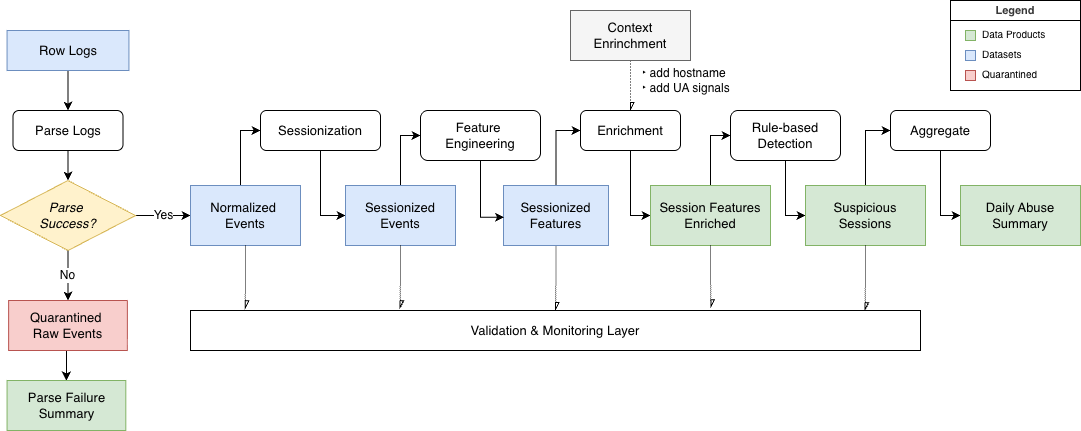
Earlier version of the draw.io export docs/data-flow.drawio.png (kngsoomin/anti-scraping-detection-pipeline). Source tidied: cells renumbered, new cells last; positions are measured from the earlier drawing's top-left corner, leaving out a move shared by most shapes. Source of this version:
```xml
<mxGraphModel>
  <root>
    <mxCell id="0" />
    <mxCell id="1" parent="0" />
    <mxCell id="2" style="edgeStyle=orthogonalEdgeStyle;rounded=0;jettySize=auto;html=1;exitX=0.5;exitY=1;exitDx=0;exitDy=0;entryX=0.5;entryY=0;entryDx=0;entryDy=0;" parent="1" edge="1" source="3" target="8">
      <mxGeometry relative="1" as="geometry" />
    </mxCell>
    <mxCell id="3" value="Parse Logs" style="rounded=1;whiteSpace=wrap;html=1;fontSize=13;" parent="1" vertex="1">
      <mxGeometry x="12.5" y="110" width="110" height="40" as="geometry" />
    </mxCell>
    <mxCell id="4" style="edgeStyle=orthogonalEdgeStyle;rounded=0;jettySize=auto;html=1;exitX=0.5;exitY=1;exitDx=0;exitDy=0;entryX=0.5;entryY=0;entryDx=0;entryDy=0;" parent="1" edge="1" source="5" target="3">
      <mxGeometry relative="1" as="geometry" />
    </mxCell>
    <mxCell id="5" value="Row Logs" style="rounded=0;whiteSpace=wrap;html=1;fillColor=#dae8fc;strokeColor=#6c8ebf;fontSize=13;" parent="1" vertex="1">
      <mxGeometry x="6.6" y="30" width="121.9" height="40" as="geometry" />
    </mxCell>
    <mxCell id="6" value="Yes" style="edgeStyle=orthogonalEdgeStyle;rounded=0;jettySize=auto;html=1;exitX=1;exitY=0.5;exitDx=0;exitDy=0;entryX=0;entryY=0.5;entryDx=0;entryDy=0;fontSize=12;" parent="1" edge="1" source="8" target="12">
      <mxGeometry relative="1" as="geometry" />
    </mxCell>
    <mxCell id="7" value="No" style="edgeStyle=orthogonalEdgeStyle;rounded=0;jettySize=auto;html=1;exitX=0.5;exitY=1;exitDx=0;exitDy=0;entryX=0.5;entryY=0;entryDx=0;entryDy=0;fontSize=12;" parent="1" edge="1" source="8" target="10">
      <mxGeometry relative="1" as="geometry" />
    </mxCell>
    <mxCell id="8" value="Parse&amp;nbsp;&lt;div&gt;Success?&lt;/div&gt;" style="rhombus;whiteSpace=wrap;html=1;fillColor=#fff2cc;strokeColor=#d6b656;fontSize=13;fontStyle=2;" parent="1" vertex="1">
      <mxGeometry y="180" width="135" height="70" as="geometry" />
    </mxCell>
    <mxCell id="9" style="edgeStyle=orthogonalEdgeStyle;rounded=0;jettySize=auto;html=1;exitX=0.5;exitY=1;exitDx=0;exitDy=0;entryX=0.5;entryY=0;entryDx=0;entryDy=0;" parent="1" edge="1" source="10" target="40">
      <mxGeometry relative="1" as="geometry" />
    </mxCell>
    <mxCell id="10" value="Quarantined&amp;nbsp;&lt;div&gt;Raw Events&lt;/div&gt;" style="rounded=0;whiteSpace=wrap;html=1;fillColor=#f8cecc;strokeColor=#b85450;fontSize=13;" parent="1" vertex="1">
      <mxGeometry x="8.1" y="300" width="118.8" height="50" as="geometry" />
    </mxCell>
    <mxCell id="11" style="edgeStyle=orthogonalEdgeStyle;rounded=0;jettySize=auto;html=1;exitX=0.5;exitY=0;exitDx=0;exitDy=0;entryX=0;entryY=0.5;entryDx=0;entryDy=0;" parent="1" edge="1" source="12" target="14">
      <mxGeometry relative="1" as="geometry">
        <Array as="points">
          <mxPoint x="240" y="185" />
          <mxPoint x="240" y="130" />
        </Array>
      </mxGeometry>
    </mxCell>
    <mxCell id="12" value="Normalized&amp;nbsp;&lt;div&gt;Events&lt;/div&gt;" style="rounded=0;whiteSpace=wrap;html=1;fillColor=#dae8fc;strokeColor=#6c8ebf;fontSize=13;" parent="1" vertex="1">
      <mxGeometry x="190" y="185" width="110" height="60" as="geometry" />
    </mxCell>
    <mxCell id="13" style="edgeStyle=orthogonalEdgeStyle;rounded=0;jettySize=auto;html=1;exitX=0.5;exitY=1;exitDx=0;exitDy=0;entryX=0;entryY=0.5;entryDx=0;entryDy=0;" parent="1" edge="1" source="14" target="34">
      <mxGeometry relative="1" as="geometry" />
    </mxCell>
    <mxCell id="14" value="Sessionization" style="rounded=1;whiteSpace=wrap;html=1;fontSize=13;" parent="1" vertex="1">
      <mxGeometry x="260" y="110" width="120" height="40" as="geometry" />
    </mxCell>
    <mxCell id="15" value="Feature&amp;nbsp;&lt;div&gt;Engineering&lt;/div&gt;" style="rounded=1;whiteSpace=wrap;html=1;fontSize=13;" parent="1" vertex="1">
      <mxGeometry x="420" y="110" width="120" height="50" as="geometry" />
    </mxCell>
    <mxCell id="16" style="edgeStyle=orthogonalEdgeStyle;rounded=0;jettySize=auto;html=1;exitX=0.5;exitY=0;exitDx=0;exitDy=0;entryX=0;entryY=0.5;entryDx=0;entryDy=0;" parent="1" edge="1" source="18" target="22">
      <mxGeometry relative="1" as="geometry" />
    </mxCell>
    <mxCell id="17" style="edgeStyle=orthogonalEdgeStyle;rounded=0;jettySize=auto;html=1;exitX=0.5;exitY=1;exitDx=0;exitDy=0;entryX=0.5;entryY=0;entryDx=0;entryDy=0;dashed=1;dashPattern=1 1;endArrow=async;endFill=0;" parent="1" edge="1" source="18" target="32">
      <mxGeometry relative="1" as="geometry" />
    </mxCell>
    <mxCell id="18" value="Sessionized Features" style="rounded=0;whiteSpace=wrap;html=1;fillColor=#dae8fc;strokeColor=#6c8ebf;fontSize=13;" parent="1" vertex="1">
      <mxGeometry x="503" y="185" width="105" height="60" as="geometry" />
    </mxCell>
    <mxCell id="19" style="edgeStyle=orthogonalEdgeStyle;rounded=0;jettySize=auto;html=1;exitX=0.5;exitY=1;exitDx=0;exitDy=0;entryX=0.5;entryY=0;entryDx=0;entryDy=0;dashed=1;dashPattern=1 2;endArrow=async;endFill=0;" parent="1" edge="1" source="20" target="22">
      <mxGeometry relative="1" as="geometry" />
    </mxCell>
    <mxCell id="20" value="Context Enrinchment" style="rounded=0;whiteSpace=wrap;html=1;fillColor=#f5f5f5;fontColor=#000000;strokeColor=#666666;fontSize=13;" parent="1" vertex="1">
      <mxGeometry x="570" y="10" width="120" height="50" as="geometry" />
    </mxCell>
    <mxCell id="21" style="edgeStyle=orthogonalEdgeStyle;rounded=0;jettySize=auto;html=1;exitX=0.5;exitY=1;exitDx=0;exitDy=0;entryX=0;entryY=0.5;entryDx=0;entryDy=0;" parent="1" edge="1" source="22" target="24">
      <mxGeometry relative="1" as="geometry">
        <Array as="points">
          <mxPoint x="630" y="160" />
          <mxPoint x="630" y="215" />
        </Array>
      </mxGeometry>
    </mxCell>
    <mxCell id="22" value="Enrichment" style="rounded=1;whiteSpace=wrap;html=1;fontSize=13;" parent="1" vertex="1">
      <mxGeometry x="580" y="110" width="100" height="40" as="geometry" />
    </mxCell>
    <mxCell id="23" style="edgeStyle=orthogonalEdgeStyle;rounded=0;jettySize=auto;html=1;exitX=0.5;exitY=0;exitDx=0;exitDy=0;entryX=0;entryY=0.5;entryDx=0;entryDy=0;" parent="1" edge="1" source="24" target="26">
      <mxGeometry relative="1" as="geometry" />
    </mxCell>
    <mxCell id="24" value="Session Features Enriched" style="rounded=0;whiteSpace=wrap;html=1;fillColor=#d5e8d4;strokeColor=#82b366;fontSize=13;" parent="1" vertex="1">
      <mxGeometry x="650" y="185" width="120" height="60" as="geometry" />
    </mxCell>
    <mxCell id="25" style="edgeStyle=orthogonalEdgeStyle;rounded=0;jettySize=auto;html=1;exitX=0.5;exitY=1;exitDx=0;exitDy=0;entryX=0;entryY=0.5;entryDx=0;entryDy=0;" parent="1" edge="1" source="26" target="28">
      <mxGeometry relative="1" as="geometry" />
    </mxCell>
    <mxCell id="26" value="Rule-based Detection" style="rounded=1;whiteSpace=wrap;html=1;fontSize=13;" parent="1" vertex="1">
      <mxGeometry x="730" y="110" width="110" height="50" as="geometry" />
    </mxCell>
    <mxCell id="27" style="edgeStyle=orthogonalEdgeStyle;rounded=0;jettySize=auto;html=1;exitX=0.5;exitY=0;exitDx=0;exitDy=0;entryX=0;entryY=0.5;entryDx=0;entryDy=0;" parent="1" edge="1" source="28" target="30">
      <mxGeometry relative="1" as="geometry" />
    </mxCell>
    <mxCell id="28" value="Suspicious Sessions" style="rounded=0;whiteSpace=wrap;html=1;fillColor=#d5e8d4;strokeColor=#82b366;fontSize=13;" parent="1" vertex="1">
      <mxGeometry x="805" y="185" width="120" height="60" as="geometry" />
    </mxCell>
    <mxCell id="29" style="edgeStyle=orthogonalEdgeStyle;rounded=0;jettySize=auto;html=1;exitX=0.5;exitY=1;exitDx=0;exitDy=0;entryX=0;entryY=0.5;entryDx=0;entryDy=0;" parent="1" edge="1" source="30" target="31">
      <mxGeometry relative="1" as="geometry" />
    </mxCell>
    <mxCell id="30" value="Aggregate" style="rounded=1;whiteSpace=wrap;html=1;fontSize=13;" parent="1" vertex="1">
      <mxGeometry x="890" y="110" width="100" height="40" as="geometry" />
    </mxCell>
    <mxCell id="31" value="Daily Abuse Summary" style="rounded=0;whiteSpace=wrap;html=1;fillColor=#d5e8d4;strokeColor=#82b366;fontSize=13;" parent="1" vertex="1">
      <mxGeometry x="960" y="185" width="120" height="60" as="geometry" />
    </mxCell>
    <mxCell id="32" value="Validation &amp;amp; Monitoring Layer" style="rounded=0;whiteSpace=wrap;html=1;fontSize=13;fillColor=none;" parent="1" vertex="1">
      <mxGeometry x="190" y="310" width="730" height="40" as="geometry" />
    </mxCell>
    <mxCell id="33" style="edgeStyle=orthogonalEdgeStyle;rounded=0;jettySize=auto;html=1;exitX=0.5;exitY=0;exitDx=0;exitDy=0;entryX=0;entryY=0.5;entryDx=0;entryDy=0;" parent="1" edge="1" source="34" target="15">
      <mxGeometry relative="1" as="geometry" />
    </mxCell>
    <mxCell id="34" value="&lt;div&gt;Sessionized Events&lt;/div&gt;" style="rounded=0;whiteSpace=wrap;html=1;fillColor=#dae8fc;strokeColor=#6c8ebf;fontSize=13;" parent="1" vertex="1">
      <mxGeometry x="345" y="185" width="110" height="60" as="geometry" />
    </mxCell>
    <mxCell id="35" style="edgeStyle=orthogonalEdgeStyle;rounded=0;jettySize=auto;html=1;exitX=0.5;exitY=1;exitDx=0;exitDy=0;entryX=0.004;entryY=0.53;entryDx=0;entryDy=0;entryPerimeter=0;" parent="1" edge="1" source="15" target="18">
      <mxGeometry relative="1" as="geometry" />
    </mxCell>
    <mxCell id="36" style="edgeStyle=orthogonalEdgeStyle;rounded=0;jettySize=auto;html=1;exitX=0.5;exitY=1;exitDx=0;exitDy=0;entryX=0.075;entryY=-0.042;entryDx=0;entryDy=0;entryPerimeter=0;dashed=1;dashPattern=1 1;endArrow=async;endFill=0;" parent="1" edge="1" source="12" target="32">
      <mxGeometry relative="1" as="geometry" />
    </mxCell>
    <mxCell id="37" style="edgeStyle=orthogonalEdgeStyle;rounded=0;jettySize=auto;html=1;exitX=0.5;exitY=1;exitDx=0;exitDy=0;entryX=0.287;entryY=-0.042;entryDx=0;entryDy=0;entryPerimeter=0;dashed=1;dashPattern=1 1;endArrow=async;endFill=0;" parent="1" edge="1" source="34" target="32">
      <mxGeometry relative="1" as="geometry" />
    </mxCell>
    <mxCell id="38" style="edgeStyle=orthogonalEdgeStyle;rounded=0;jettySize=auto;html=1;exitX=0.5;exitY=1;exitDx=0;exitDy=0;entryX=0.713;entryY=-0.065;entryDx=0;entryDy=0;entryPerimeter=0;dashed=1;dashPattern=1 1;endArrow=async;endFill=0;" parent="1" edge="1" source="24" target="32">
      <mxGeometry relative="1" as="geometry" />
    </mxCell>
    <mxCell id="39" style="edgeStyle=orthogonalEdgeStyle;rounded=0;jettySize=auto;html=1;exitX=0.5;exitY=1;exitDx=0;exitDy=0;entryX=0.924;entryY=0.006;entryDx=0;entryDy=0;entryPerimeter=0;dashed=1;dashPattern=1 1;endArrow=async;endFill=0;" parent="1" edge="1" source="28" target="32">
      <mxGeometry relative="1" as="geometry" />
    </mxCell>
    <mxCell id="40" value="Parse Failure Summary" style="rounded=0;whiteSpace=wrap;html=1;fillColor=#d5e8d4;strokeColor=#82b366;fontSize=13;" parent="1" vertex="1">
      <mxGeometry x="6.6" y="380" width="118.8" height="50" as="geometry" />
    </mxCell>
    <mxCell id="41" value="&lt;div&gt;‣ add hostname&lt;br&gt;&lt;/div&gt;&lt;div&gt;‣ add UA signals&lt;/div&gt;" style="text;html=1;whiteSpace=wrap;strokeColor=none;fillColor=none;align=left;verticalAlign=middle;rounded=0;" parent="1" vertex="1">
      <mxGeometry x="640" y="60" width="100" height="40" as="geometry" />
    </mxCell>
    <mxCell id="42" value="&lt;font style=&quot;color: rgb(55, 55, 55); font-size: 11px;&quot;&gt;Legend&lt;/font&gt;" style="swimlane;whiteSpace=wrap;html=1;fillColor=none;startSize=20;" parent="1" vertex="1">
      <mxGeometry x="950" width="130" height="90" as="geometry" />
    </mxCell>
    <mxCell id="43" value="Data Products" style="text;html=1;whiteSpace=wrap;strokeColor=none;fillColor=none;align=left;verticalAlign=bottom;rounded=0;fontSize=10;" parent="42" vertex="1">
      <mxGeometry x="30" y="32" width="90" height="10" as="geometry" />
    </mxCell>
    <mxCell id="44" value="Datasets" style="text;html=1;whiteSpace=wrap;strokeColor=none;fillColor=none;align=left;verticalAlign=bottom;rounded=0;fontSize=10;" parent="42" vertex="1">
      <mxGeometry x="30" y="52" width="90" height="10" as="geometry" />
    </mxCell>
    <mxCell id="45" value="Quarantined" style="text;html=1;whiteSpace=wrap;strokeColor=none;fillColor=none;align=left;verticalAlign=bottom;rounded=0;fontSize=10;" parent="42" vertex="1">
      <mxGeometry x="30" y="72" width="80" height="10" as="geometry" />
    </mxCell>
    <mxCell id="46" style="whiteSpace=wrap;html=1;fillColor=#d5e8d4;strokeColor=#82b366;" parent="42" vertex="1">
      <mxGeometry x="15" y="30" width="10" height="10" as="geometry" />
    </mxCell>
    <mxCell id="47" style="whiteSpace=wrap;html=1;fillColor=#dae8fc;strokeColor=#6c8ebf;" parent="42" vertex="1">
      <mxGeometry x="15" y="50" width="10" height="10" as="geometry" />
    </mxCell>
    <mxCell id="48" style="whiteSpace=wrap;html=1;fillColor=#f8cecc;strokeColor=#b85450;" parent="42" vertex="1">
      <mxGeometry x="15" y="70" width="10" height="10" as="geometry" />
    </mxCell>
  </root>
</mxGraphModel>
```
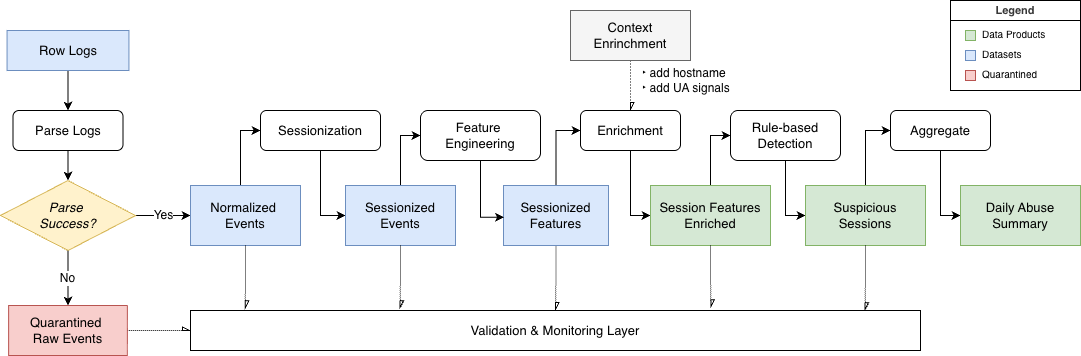
After the change.

What changed in the source:
```diff
@@ -23,11 +23,11 @@
     <mxCell id="8" value="Parse&amp;nbsp;&lt;div&gt;Success?&lt;/div&gt;" style="rhombus;whiteSpace=wrap;html=1;fillColor=#fff2cc;strokeColor=#d6b656;fontSize=13;fontStyle=2;" parent="1" vertex="1">
       <mxGeometry y="180" width="135" height="70" as="geometry" />
     </mxCell>
-    <mxCell id="9" style="edgeStyle=orthogonalEdgeStyle;rounded=0;jettySize=auto;html=1;exitX=0.5;exitY=1;exitDx=0;exitDy=0;entryX=0.5;entryY=0;entryDx=0;entryDy=0;" parent="1" edge="1" source="10" target="40">
-      <mxGeometry relative="1" as="geometry" />
-    </mxCell>
+    <mxCell id="49" style="edgeStyle=orthogonalEdgeStyle;rounded=0;jettySize=auto;html=1;exitX=1;exitY=0.5;exitDx=0;exitDy=0;entryX=0;entryY=0.5;entryDx=0;entryDy=0;dashed=1;endArrow=async;endFill=0;dashPattern=1 1;" parent="1" edge="1" source="10" target="32">
+      <mxGeometry relative="1" as="geometry" />
+    </mxCell>
     <mxCell id="10" value="Quarantined&amp;nbsp;&lt;div&gt;Raw Events&lt;/div&gt;" style="rounded=0;whiteSpace=wrap;html=1;fillColor=#f8cecc;strokeColor=#b85450;fontSize=13;" parent="1" vertex="1">
-      <mxGeometry x="8.1" y="300" width="118.8" height="50" as="geometry" />
+      <mxGeometry x="8.1" y="305" width="118.8" height="50" as="geometry" />
     </mxCell>
     <mxCell id="11" style="edgeStyle=orthogonalEdgeStyle;rounded=0;jettySize=auto;html=1;exitX=0.5;exitY=0;exitDx=0;exitDy=0;entryX=0;entryY=0.5;entryDx=0;entryDy=0;" parent="1" edge="1" source="12" target="14">
       <mxGeometry relative="1" as="geometry">
@@ -126,9 +126,6 @@
     <mxCell id="39" style="edgeStyle=orthogonalEdgeStyle;rounded=0;jettySize=auto;html=1;exitX=0.5;exitY=1;exitDx=0;exitDy=0;entryX=0.924;entryY=0.006;entryDx=0;entryDy=0;entryPerimeter=0;dashed=1;dashPattern=1 1;endArrow=async;endFill=0;" parent="1" edge="1" source="28" target="32">
       <mxGeometry relative="1" as="geometry" />
     </mxCell>
-    <mxCell id="40" value="Parse Failure Summary" style="rounded=0;whiteSpace=wrap;html=1;fillColor=#d5e8d4;strokeColor=#82b366;fontSize=13;" parent="1" vertex="1">
-      <mxGeometry x="6.6" y="380" width="118.8" height="50" as="geometry" />
-    </mxCell>
     <mxCell id="41" value="&lt;div&gt;‣ add hostname&lt;br&gt;&lt;/div&gt;&lt;div&gt;‣ add UA signals&lt;/div&gt;" style="text;html=1;whiteSpace=wrap;strokeColor=none;fillColor=none;align=left;verticalAlign=middle;rounded=0;" parent="1" vertex="1">
       <mxGeometry x="640" y="60" width="100" height="40" as="geometry" />
     </mxCell>
```
